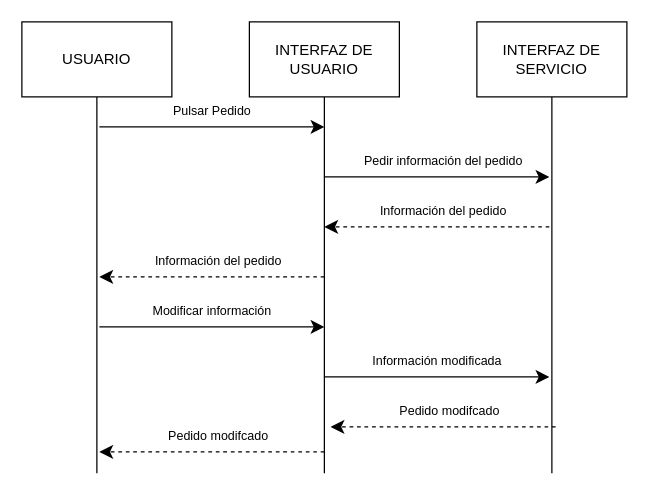
This is diagrams/secuencia/DS-010.drawio from ClaudiaOviedoGovantes/ComercialPostigo, a draw.io file, before an edit. Source tidied: cells renumbered, new cells numbered last; positions are measured from the earlier drawing's top-left corner, leaving out a move shared by most shapes. Both pictures are drawn from the tidied source at 125%, with x=0, y=0 at pixel (21, 21).
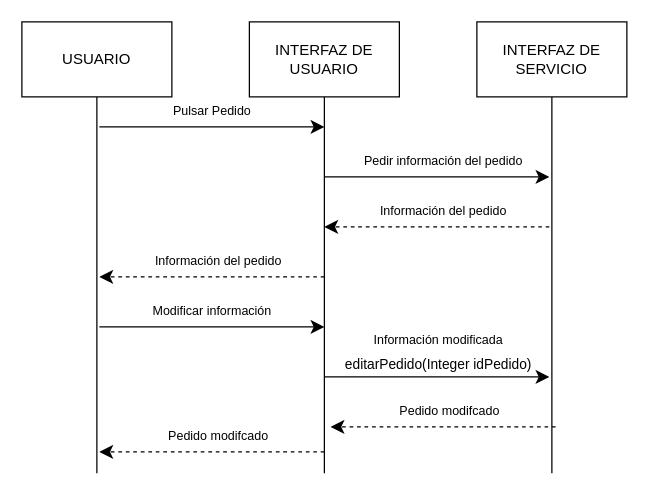
The same page after the edit.

The edit, as a diff of the source:
```diff
@@
-    <mxCell id="19" value="&lt;font style=&quot;font-size: 10px;&quot;&gt;Información modificada&lt;/font&gt;" style="text;html=1;align=center;verticalAlign=middle;strokeColor=none;fillColor=none;fontSize=16;" parent="1" vertex="1">
-      <mxGeometry x="267" y="254" width="130" height="30" as="geometry" />
+    <mxCell id="19" value="&lt;font style=&quot;font-size: 10px;&quot;&gt;Información modificada&lt;/font&gt;&lt;div&gt;&lt;font style=&quot;font-size: 10px;&quot;&gt;&lt;span style=&quot;font-size: 11px; background-color: rgb(255, 255, 255);&quot;&gt;editarPedido(Integer idPedido)&lt;/span&gt;&lt;/font&gt;&lt;/div&gt;" style="text;html=1;align=center;verticalAlign=middle;strokeColor=none;fillColor=none;fontSize=16;" parent="1" vertex="1">
+      <mxGeometry x="249" y="237" width="167" height="50" as="geometry" />
     </mxCell>
```
